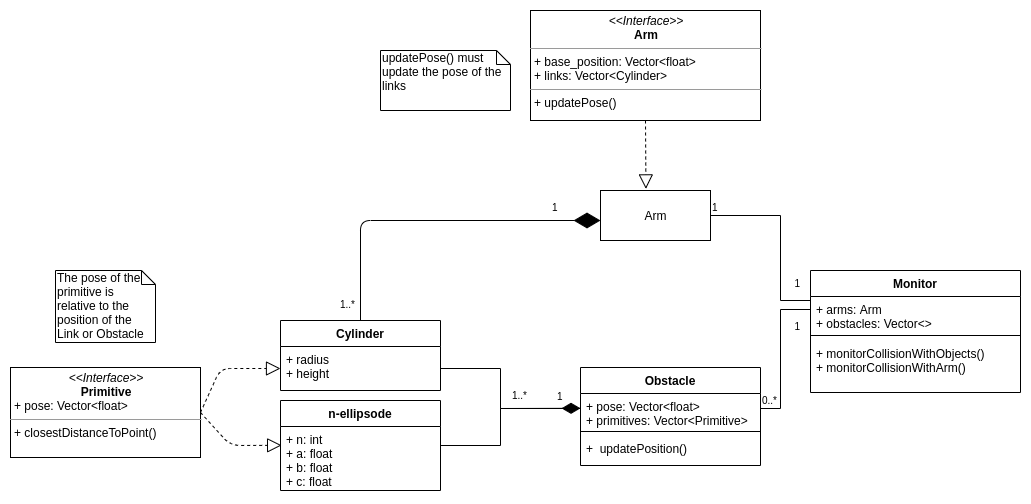
Above: docs/UML_diagram_SDP.png in HBRS-SDP/sdp_ss20_collision_monitoring_for_robotic_manipulators (draw.io), before the change. Source tidied: cells renumbered, new cells last; positions are measured from the earlier drawing's top-left corner, leaving out a move shared by most shapes.
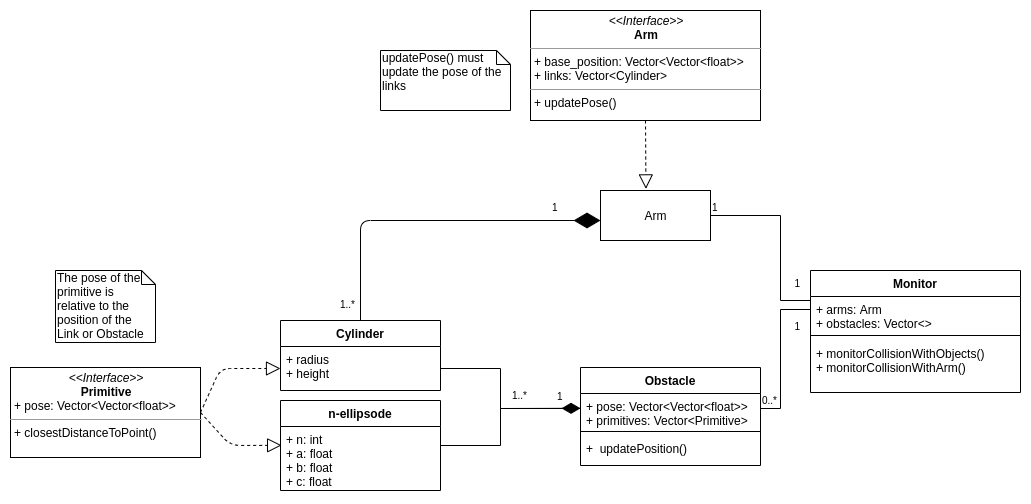
Later version of the same file.

Commit message:
[docs] Changed type of position

Change to the diagram source:
```diff
@@ -60,7 +60,7 @@
     <mxCell id="12" value="1" style="html=1;align=left;verticalAlign=bottom;labelBackgroundColor=#ffffff;fontSize=10;" parent="1" vertex="1">
       <mxGeometry x="540" y="205" as="geometry" />
     </mxCell>
-    <mxCell id="13" value="&lt;p style=&quot;margin: 0px ; margin-top: 4px ; text-align: center&quot;&gt;&lt;i&gt;&amp;lt;&amp;lt;Interface&amp;gt;&amp;gt;&lt;/i&gt;&lt;br&gt;&lt;b&gt;Primitive&lt;/b&gt;&lt;/p&gt;&lt;p style=&quot;margin: 0px ; margin-left: 4px&quot;&gt;+ pose: Vector&amp;lt;float&amp;gt;&lt;/p&gt;&lt;hr size=&quot;1&quot;&gt;&lt;p style=&quot;margin: 0px ; margin-left: 4px&quot;&gt;+ closestDistanceToPoint()&lt;/p&gt;" style="verticalAlign=top;align=left;overflow=fill;fontSize=12;fontFamily=Helvetica;html=1;" parent="1" vertex="1">
+    <mxCell id="13" value="&lt;p style=&quot;margin: 0px ; margin-top: 4px ; text-align: center&quot;&gt;&lt;i&gt;&amp;lt;&amp;lt;Interface&amp;gt;&amp;gt;&lt;/i&gt;&lt;br&gt;&lt;b&gt;Primitive&lt;/b&gt;&lt;/p&gt;&lt;p style=&quot;margin: 0px ; margin-left: 4px&quot;&gt;+ pose: Vector&amp;lt;Vector&amp;lt;float&amp;gt;&amp;gt;&lt;/p&gt;&lt;hr size=&quot;1&quot;&gt;&lt;p style=&quot;margin: 0px ; margin-left: 4px&quot;&gt;+ closestDistanceToPoint()&lt;/p&gt;" style="verticalAlign=top;align=left;overflow=fill;fontSize=12;fontFamily=Helvetica;html=1;" parent="1" vertex="1">
       <mxGeometry y="357" width="190" height="90" as="geometry" />
     </mxCell>
     <mxCell id="14" style="endArrow=block;dashed=1;endFill=0;endSize=12;html=1;exitX=1;exitY=0.5;exitDx=0;exitDy=0;entryX=0.007;entryY=0.294;entryDx=0;entryDy=0;entryPerimeter=0;" parent="1" edge="1" source="13" target="25">
@@ -115,7 +115,7 @@
     <mxCell id="25" value="+ n: int&#10;+ a: float&#10;+ b: float&#10;+ c: float" style="text;strokeColor=none;fillColor=none;align=left;verticalAlign=top;spacingLeft=4;spacingRight=4;overflow=hidden;points=[[0,0.5],[1,0.5]];portConstraint=eastwest;" parent="24" vertex="1">
       <mxGeometry y="26" width="160" height="64" as="geometry" />
     </mxCell>
-    <mxCell id="26" value="&lt;p style=&quot;margin: 4px 0px 0px ; text-align: center&quot;&gt;&lt;i&gt;&amp;lt;&amp;lt;Interface&amp;gt;&amp;gt;&lt;/i&gt;&lt;br&gt;&lt;b&gt;Arm&lt;/b&gt;&lt;/p&gt;&lt;hr size=&quot;1&quot;&gt;&lt;p style=&quot;margin: 0px 0px 0px 4px&quot;&gt;+ base_position: Vector&amp;lt;float&amp;gt;&lt;br style=&quot;padding: 0px ; margin: 0px&quot;&gt;+ links: Vector&amp;lt;Cylinder&amp;gt;&lt;br&gt;&lt;/p&gt;&lt;hr size=&quot;1&quot;&gt;&lt;p style=&quot;margin: 0px 0px 0px 4px&quot;&gt;+ updatePose()&lt;br&gt;&lt;/p&gt;" style="verticalAlign=top;align=left;overflow=fill;fontSize=12;fontFamily=Helvetica;html=1;" parent="1" vertex="1">
+    <mxCell id="26" value="&lt;p style=&quot;margin: 4px 0px 0px ; text-align: center&quot;&gt;&lt;i&gt;&amp;lt;&amp;lt;Interface&amp;gt;&amp;gt;&lt;/i&gt;&lt;br&gt;&lt;b&gt;Arm&lt;/b&gt;&lt;/p&gt;&lt;hr size=&quot;1&quot;&gt;&lt;p style=&quot;margin: 0px 0px 0px 4px&quot;&gt;+ base_position: Vector&amp;lt;Vector&amp;lt;float&amp;gt;&amp;gt;&lt;br style=&quot;padding: 0px ; margin: 0px&quot;&gt;+ links: Vector&amp;lt;Cylinder&amp;gt;&lt;br&gt;&lt;/p&gt;&lt;hr size=&quot;1&quot;&gt;&lt;p style=&quot;margin: 0px 0px 0px 4px&quot;&gt;+ updatePose()&lt;br&gt;&lt;/p&gt;" style="verticalAlign=top;align=left;overflow=fill;fontSize=12;fontFamily=Helvetica;html=1;" parent="1" vertex="1">
       <mxGeometry x="520" width="230" height="110" as="geometry" />
     </mxCell>
     <mxCell id="27" value="Arm" style="html=1;" parent="1" vertex="1">
@@ -138,7 +138,7 @@
     <mxCell id="31" value="Obstacle" style="swimlane;fontStyle=1;align=center;verticalAlign=top;horizontal=1;startSize=26;" parent="1" vertex="1">
       <mxGeometry x="570" y="357" width="180" height="98" as="geometry" />
     </mxCell>
-    <mxCell id="32" value="+ pose: Vector&lt;float&gt;&#10;+ primitives: Vector&lt;Primitive&gt;" style="text;strokeColor=none;fillColor=none;align=left;verticalAlign=top;spacingLeft=4;spacingRight=4;overflow=hidden;points=[[0,0.5],[1,0.5]];portConstraint=eastwest;" parent="31" vertex="1">
+    <mxCell id="32" value="+ pose: Vector&lt;Vector&lt;float&gt;&gt;&#10;+ primitives: Vector&lt;Primitive&gt;" style="text;strokeColor=none;fillColor=none;align=left;verticalAlign=top;spacingLeft=4;spacingRight=4;overflow=hidden;points=[[0,0.5],[1,0.5]];portConstraint=eastwest;" parent="31" vertex="1">
       <mxGeometry y="26" width="180" height="34" as="geometry" />
     </mxCell>
     <mxCell id="33" style="line;strokeWidth=1;fillColor=none;align=left;verticalAlign=middle;spacingTop=-1;spacingLeft=3;spacingRight=3;labelPosition=right;" parent="31" vertex="1">
```
